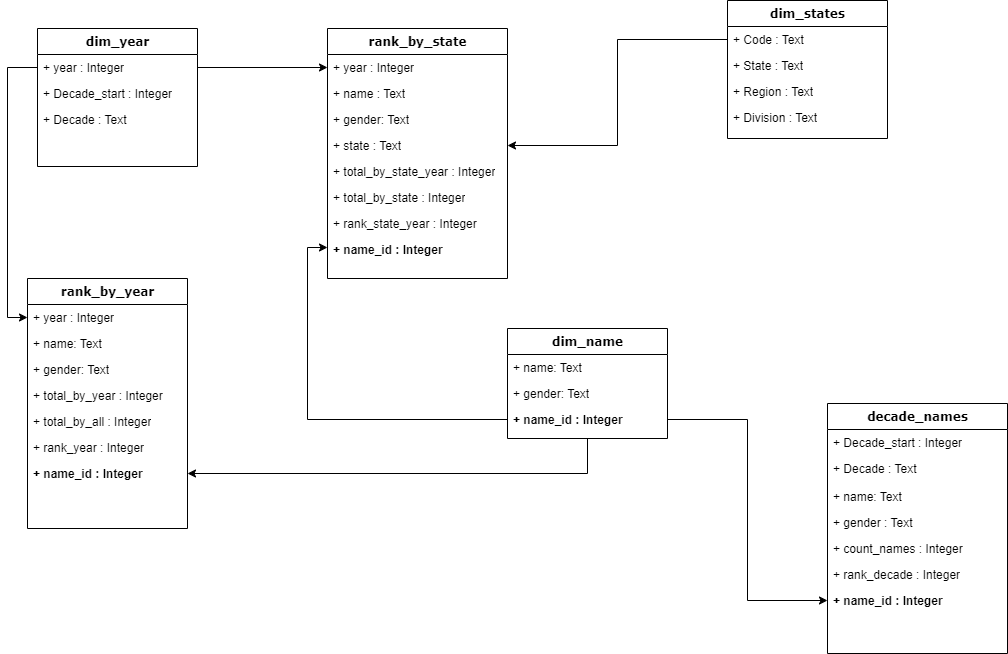
Above: Data_Model.png in aurelpow/US_baby_names (draw.io), before the change. Source tidied: cells renumbered, new cells last; positions are measured from the earlier drawing's top-left corner, leaving out a move shared by most shapes. Source of this version:
```xml
<mxGraphModel>
  <root>
    <mxCell id="0" />
    <mxCell id="1" parent="0" />
    <mxCell id="2" value="rank_by_year" style="swimlane;html=1;fontStyle=1;align=center;verticalAlign=top;horizontal=1;startSize=26;swimlaneFillColor=#ffffff;rounded=0;shadow=0;comic=0;labelBackgroundColor=none;strokeWidth=1;fillColor=none;fontFamily=Verdana;fontSize=12;" parent="1" vertex="1">
      <mxGeometry y="278" width="160" height="250" as="geometry" />
    </mxCell>
    <mxCell id="3" value="+ year : Integer" style="text;html=1;strokeColor=none;fillColor=none;align=left;verticalAlign=top;spacingLeft=4;spacingRight=4;whiteSpace=wrap;overflow=hidden;points=[[0,0.5],[1,0.5]];portConstraint=eastwest;" parent="2" vertex="1">
      <mxGeometry y="26" width="160" height="26" as="geometry" />
    </mxCell>
    <mxCell id="4" value="+ name: Text" style="text;html=1;strokeColor=none;fillColor=none;align=left;verticalAlign=top;spacingLeft=4;spacingRight=4;whiteSpace=wrap;overflow=hidden;" parent="2" vertex="1">
      <mxGeometry y="52" width="160" height="26" as="geometry" />
    </mxCell>
    <mxCell id="5" value="+ gender: Text" style="text;html=1;strokeColor=none;fillColor=none;align=left;verticalAlign=top;spacingLeft=4;spacingRight=4;whiteSpace=wrap;overflow=hidden;" parent="2" vertex="1">
      <mxGeometry y="78" width="160" height="26" as="geometry" />
    </mxCell>
    <mxCell id="6" value="+ total_by_year : Integer" style="text;html=1;strokeColor=none;fillColor=none;align=left;verticalAlign=top;spacingLeft=4;spacingRight=4;whiteSpace=wrap;overflow=hidden;" parent="2" vertex="1">
      <mxGeometry y="104" width="160" height="26" as="geometry" />
    </mxCell>
    <mxCell id="7" value="+ total_by_all : Integer" style="text;html=1;strokeColor=none;fillColor=none;align=left;verticalAlign=top;spacingLeft=4;spacingRight=4;whiteSpace=wrap;overflow=hidden;" parent="2" vertex="1">
      <mxGeometry y="130" width="160" height="26" as="geometry" />
    </mxCell>
    <mxCell id="8" value="+ rank_year : Integer" style="text;html=1;strokeColor=none;fillColor=none;align=left;verticalAlign=top;spacingLeft=4;spacingRight=4;whiteSpace=wrap;overflow=hidden;" parent="2" vertex="1">
      <mxGeometry y="156" width="160" height="26" as="geometry" />
    </mxCell>
    <mxCell id="9" value="&lt;b&gt;+ name_id : Integer&lt;/b&gt;" style="text;html=1;strokeColor=none;fillColor=none;align=left;verticalAlign=top;spacingLeft=4;spacingRight=4;whiteSpace=wrap;overflow=hidden;points=[[0,0.5],[1,0.5]];portConstraint=eastwest;" parent="2" vertex="1">
      <mxGeometry y="182" width="160" height="26" as="geometry" />
    </mxCell>
    <mxCell id="10" value="dim_states" style="swimlane;html=1;fontStyle=1;align=center;verticalAlign=top;horizontal=1;startSize=26;swimlaneFillColor=#ffffff;rounded=0;shadow=0;comic=0;labelBackgroundColor=none;strokeWidth=1;fillColor=none;fontFamily=Verdana;fontSize=12;" parent="1" vertex="1">
      <mxGeometry x="700" width="160" height="138" as="geometry" />
    </mxCell>
    <mxCell id="11" value="+ Code : Text" style="text;html=1;strokeColor=none;fillColor=none;align=left;verticalAlign=top;spacingLeft=4;spacingRight=4;whiteSpace=wrap;overflow=hidden;points=[[0,0.5],[1,0.5]];portConstraint=eastwest;" parent="10" vertex="1">
      <mxGeometry y="26" width="160" height="26" as="geometry" />
    </mxCell>
    <mxCell id="12" value="+ State : Text" style="text;html=1;strokeColor=none;fillColor=none;align=left;verticalAlign=top;spacingLeft=4;spacingRight=4;whiteSpace=wrap;overflow=hidden;" parent="10" vertex="1">
      <mxGeometry y="52" width="160" height="26" as="geometry" />
    </mxCell>
    <mxCell id="13" value="+ Region : Text" style="text;html=1;strokeColor=none;fillColor=none;align=left;verticalAlign=top;spacingLeft=4;spacingRight=4;whiteSpace=wrap;overflow=hidden;" parent="10" vertex="1">
      <mxGeometry y="78" width="160" height="26" as="geometry" />
    </mxCell>
    <mxCell id="14" value="+ Division : Text" style="text;html=1;strokeColor=none;fillColor=none;align=left;verticalAlign=top;spacingLeft=4;spacingRight=4;whiteSpace=wrap;overflow=hidden;" parent="10" vertex="1">
      <mxGeometry y="104" width="160" height="26" as="geometry" />
    </mxCell>
    <mxCell id="15" style="edgeStyle=orthogonalEdgeStyle;rounded=0;jettySize=auto;html=1;exitX=0.5;exitY=1;exitDx=0;exitDy=0;entryX=1;entryY=0.5;entryDx=0;entryDy=0;" parent="1" edge="1" source="16" target="9">
      <mxGeometry relative="1" as="geometry" />
    </mxCell>
    <mxCell id="16" value="dim_name" style="swimlane;html=1;fontStyle=1;align=center;verticalAlign=top;horizontal=1;startSize=26;swimlaneFillColor=#ffffff;rounded=0;shadow=0;comic=0;labelBackgroundColor=none;strokeWidth=1;fillColor=none;fontFamily=Verdana;fontSize=12;" parent="1" vertex="1">
      <mxGeometry x="480" y="328" width="160" height="110" as="geometry" />
    </mxCell>
    <mxCell id="17" value="+ name: Text" style="text;html=1;strokeColor=none;fillColor=none;align=left;verticalAlign=top;spacingLeft=4;spacingRight=4;whiteSpace=wrap;overflow=hidden;" parent="16" vertex="1">
      <mxGeometry y="26" width="160" height="26" as="geometry" />
    </mxCell>
    <mxCell id="18" value="+ gender: Text" style="text;html=1;strokeColor=none;fillColor=none;align=left;verticalAlign=top;spacingLeft=4;spacingRight=4;whiteSpace=wrap;overflow=hidden;" parent="16" vertex="1">
      <mxGeometry y="52" width="160" height="26" as="geometry" />
    </mxCell>
    <mxCell id="19" value="&lt;b style=&quot;border-color: var(--border-color);&quot;&gt;+ name_id : Integer&lt;/b&gt;" style="text;html=1;strokeColor=none;fillColor=none;align=left;verticalAlign=top;spacingLeft=4;spacingRight=4;whiteSpace=wrap;overflow=hidden;points=[[0,0.5],[1,0.5]];portConstraint=eastwest;" parent="16" vertex="1">
      <mxGeometry y="78" width="160" height="26" as="geometry" />
    </mxCell>
    <mxCell id="20" value="rank_by_state" style="swimlane;html=1;fontStyle=1;align=center;verticalAlign=top;horizontal=1;startSize=26;swimlaneFillColor=#ffffff;rounded=0;shadow=0;comic=0;labelBackgroundColor=none;strokeWidth=1;fillColor=none;fontFamily=Verdana;fontSize=12;" parent="1" vertex="1">
      <mxGeometry x="300" y="28" width="180" height="250" as="geometry" />
    </mxCell>
    <mxCell id="21" value="+ year : Integer" style="text;html=1;strokeColor=none;fillColor=none;align=left;verticalAlign=top;spacingLeft=4;spacingRight=4;whiteSpace=wrap;overflow=hidden;points=[[0,0.5],[1,0.5]];portConstraint=eastwest;" parent="20" vertex="1">
      <mxGeometry y="26" width="180" height="26" as="geometry" />
    </mxCell>
    <mxCell id="22" value="+ name : Text" style="text;html=1;strokeColor=none;fillColor=none;align=left;verticalAlign=top;spacingLeft=4;spacingRight=4;whiteSpace=wrap;overflow=hidden;" parent="20" vertex="1">
      <mxGeometry y="52" width="180" height="26" as="geometry" />
    </mxCell>
    <mxCell id="23" value="+ gender: Text" style="text;html=1;strokeColor=none;fillColor=none;align=left;verticalAlign=top;spacingLeft=4;spacingRight=4;whiteSpace=wrap;overflow=hidden;" parent="20" vertex="1">
      <mxGeometry y="78" width="180" height="26" as="geometry" />
    </mxCell>
    <mxCell id="24" value="+ state : Text" style="text;html=1;strokeColor=none;fillColor=none;align=left;verticalAlign=top;spacingLeft=4;spacingRight=4;whiteSpace=wrap;overflow=hidden;points=[[0,0.5],[1,0.5]];portConstraint=eastwest;" parent="20" vertex="1">
      <mxGeometry y="104" width="180" height="26" as="geometry" />
    </mxCell>
    <mxCell id="25" value="+ total_by_state_year : Integer" style="text;html=1;strokeColor=none;fillColor=none;align=left;verticalAlign=top;spacingLeft=4;spacingRight=4;whiteSpace=wrap;overflow=hidden;" parent="20" vertex="1">
      <mxGeometry y="130" width="180" height="26" as="geometry" />
    </mxCell>
    <mxCell id="26" value="+ total_by_state : Integer" style="text;html=1;strokeColor=none;fillColor=none;align=left;verticalAlign=top;spacingLeft=4;spacingRight=4;whiteSpace=wrap;overflow=hidden;" parent="20" vertex="1">
      <mxGeometry y="156" width="180" height="26" as="geometry" />
    </mxCell>
    <mxCell id="27" value="+ rank_state_year : Integer" style="text;html=1;strokeColor=none;fillColor=none;align=left;verticalAlign=top;spacingLeft=4;spacingRight=4;whiteSpace=wrap;overflow=hidden;" parent="20" vertex="1">
      <mxGeometry y="182" width="180" height="26" as="geometry" />
    </mxCell>
    <mxCell id="28" value="&lt;b&gt;+ name_id : Integer&lt;/b&gt;" style="text;html=1;strokeColor=none;fillColor=none;align=left;verticalAlign=top;spacingLeft=4;spacingRight=4;whiteSpace=wrap;overflow=hidden;points=[[0,0.5],[1,0.5]];portConstraint=eastwest;" parent="20" vertex="1">
      <mxGeometry y="208" width="180" height="22" as="geometry" />
    </mxCell>
    <mxCell id="29" value="decade_names" style="swimlane;html=1;fontStyle=1;align=center;verticalAlign=top;horizontal=1;startSize=26;swimlaneFillColor=#ffffff;rounded=0;shadow=0;comic=0;labelBackgroundColor=none;strokeWidth=1;fillColor=none;fontFamily=Verdana;fontSize=12;" parent="1" vertex="1">
      <mxGeometry x="800" y="403" width="180" height="250" as="geometry" />
    </mxCell>
    <mxCell id="30" value="+ Decade_start : Integer" style="text;html=1;strokeColor=none;fillColor=none;align=left;verticalAlign=top;spacingLeft=4;spacingRight=4;whiteSpace=wrap;overflow=hidden;" parent="29" vertex="1">
      <mxGeometry y="26" width="180" height="26" as="geometry" />
    </mxCell>
    <mxCell id="31" value="+ Decade : Text" style="text;html=1;strokeColor=none;fillColor=none;align=left;verticalAlign=top;spacingLeft=4;spacingRight=4;whiteSpace=wrap;overflow=hidden;" parent="29" vertex="1">
      <mxGeometry y="52" width="180" height="28" as="geometry" />
    </mxCell>
    <mxCell id="32" value="+ name: Text" style="text;html=1;strokeColor=none;fillColor=none;align=left;verticalAlign=top;spacingLeft=4;spacingRight=4;whiteSpace=wrap;overflow=hidden;" parent="29" vertex="1">
      <mxGeometry y="80" width="180" height="26" as="geometry" />
    </mxCell>
    <mxCell id="33" value="+ gender : Text" style="text;html=1;strokeColor=none;fillColor=none;align=left;verticalAlign=top;spacingLeft=4;spacingRight=4;whiteSpace=wrap;overflow=hidden;" parent="29" vertex="1">
      <mxGeometry y="106" width="180" height="26" as="geometry" />
    </mxCell>
    <mxCell id="34" value="+ count_names : Integer" style="text;html=1;strokeColor=none;fillColor=none;align=left;verticalAlign=top;spacingLeft=4;spacingRight=4;whiteSpace=wrap;overflow=hidden;" parent="29" vertex="1">
      <mxGeometry y="132" width="180" height="26" as="geometry" />
    </mxCell>
    <mxCell id="35" value="+ rank_decade : Integer" style="text;html=1;strokeColor=none;fillColor=none;align=left;verticalAlign=top;spacingLeft=4;spacingRight=4;whiteSpace=wrap;overflow=hidden;" parent="29" vertex="1">
      <mxGeometry y="158" width="180" height="26" as="geometry" />
    </mxCell>
    <mxCell id="36" value="&lt;b&gt;+ name_id : Integer&lt;/b&gt;" style="text;html=1;strokeColor=none;fillColor=none;align=left;verticalAlign=top;spacingLeft=4;spacingRight=4;whiteSpace=wrap;overflow=hidden;points=[[0,0.5],[1,0.5]];portConstraint=eastwest;" parent="29" vertex="1">
      <mxGeometry y="184" width="180" height="26" as="geometry" />
    </mxCell>
    <mxCell id="37" value="dim_year" style="swimlane;html=1;fontStyle=1;align=center;verticalAlign=top;horizontal=1;startSize=26;swimlaneFillColor=#ffffff;rounded=0;shadow=0;comic=0;labelBackgroundColor=none;strokeWidth=1;fillColor=none;fontFamily=Verdana;fontSize=12;" parent="1" vertex="1">
      <mxGeometry x="10" y="28" width="160" height="138" as="geometry" />
    </mxCell>
    <mxCell id="38" value="+ year : Integer" style="text;html=1;strokeColor=none;fillColor=none;align=left;verticalAlign=top;spacingLeft=4;spacingRight=4;whiteSpace=wrap;overflow=hidden;points=[[0,0.5],[1,0.5]];portConstraint=eastwest;" parent="37" vertex="1">
      <mxGeometry y="26" width="160" height="26" as="geometry" />
    </mxCell>
    <mxCell id="39" value="+ Decade_start : Integer" style="text;html=1;strokeColor=none;fillColor=none;align=left;verticalAlign=top;spacingLeft=4;spacingRight=4;whiteSpace=wrap;overflow=hidden;" parent="37" vertex="1">
      <mxGeometry y="52" width="160" height="26" as="geometry" />
    </mxCell>
    <mxCell id="40" value="+ Decade : Text" style="text;html=1;strokeColor=none;fillColor=none;align=left;verticalAlign=top;spacingLeft=4;spacingRight=4;whiteSpace=wrap;overflow=hidden;" parent="37" vertex="1">
      <mxGeometry y="78" width="160" height="26" as="geometry" />
    </mxCell>
    <mxCell id="41" style="edgeStyle=orthogonalEdgeStyle;rounded=0;jettySize=auto;html=1;exitX=0;exitY=0.5;exitDx=0;exitDy=0;entryX=0;entryY=0.5;entryDx=0;entryDy=0;" parent="1" edge="1" source="38" target="3">
      <mxGeometry relative="1" as="geometry" />
    </mxCell>
    <mxCell id="42" style="edgeStyle=orthogonalEdgeStyle;rounded=0;jettySize=auto;html=1;exitX=1;exitY=0.5;exitDx=0;exitDy=0;entryX=0;entryY=0.5;entryDx=0;entryDy=0;" parent="1" edge="1" source="38" target="21">
      <mxGeometry relative="1" as="geometry" />
    </mxCell>
    <mxCell id="43" style="edgeStyle=orthogonalEdgeStyle;rounded=0;jettySize=auto;html=1;exitX=0;exitY=0.5;exitDx=0;exitDy=0;entryX=0;entryY=0.5;entryDx=0;entryDy=0;" parent="1" edge="1" source="19" target="28">
      <mxGeometry relative="1" as="geometry" />
    </mxCell>
    <mxCell id="44" style="edgeStyle=orthogonalEdgeStyle;rounded=0;jettySize=auto;html=1;exitX=1;exitY=0.5;exitDx=0;exitDy=0;entryX=0;entryY=0.5;entryDx=0;entryDy=0;" parent="1" edge="1" source="19" target="36">
      <mxGeometry relative="1" as="geometry" />
    </mxCell>
    <mxCell id="45" style="edgeStyle=orthogonalEdgeStyle;rounded=0;jettySize=auto;html=1;" parent="1" edge="1" source="11" target="24">
      <mxGeometry relative="1" as="geometry" />
    </mxCell>
  </root>
</mxGraphModel>
```
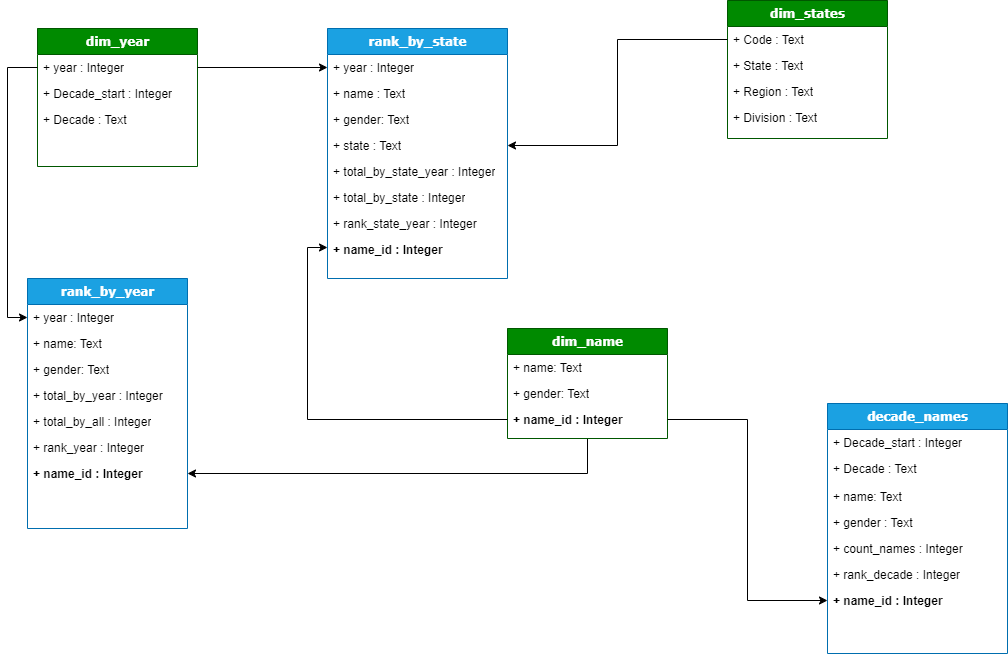
The same file after the commit.

Diff of the diagram source:
```diff
@@ -2,7 +2,7 @@
   <root>
     <mxCell id="0" />
     <mxCell id="1" parent="0" />
-    <mxCell id="2" value="rank_by_year" style="swimlane;html=1;fontStyle=1;align=center;verticalAlign=top;horizontal=1;startSize=26;swimlaneFillColor=#ffffff;rounded=0;shadow=0;comic=0;labelBackgroundColor=none;strokeWidth=1;fillColor=none;fontFamily=Verdana;fontSize=12;" parent="1" vertex="1">
+    <mxCell id="2" value="rank_by_year" style="swimlane;html=1;fontStyle=1;align=center;verticalAlign=top;horizontal=1;startSize=26;swimlaneFillColor=#ffffff;rounded=0;shadow=0;comic=0;labelBackgroundColor=none;strokeWidth=1;fillColor=#1ba1e2;fontFamily=Verdana;fontSize=12;fontColor=#ffffff;strokeColor=#006EAF;" parent="1" vertex="1">
       <mxGeometry y="278" width="160" height="250" as="geometry" />
     </mxCell>
     <mxCell id="3" value="+ year : Integer" style="text;html=1;strokeColor=none;fillColor=none;align=left;verticalAlign=top;spacingLeft=4;spacingRight=4;whiteSpace=wrap;overflow=hidden;points=[[0,0.5],[1,0.5]];portConstraint=eastwest;" parent="2" vertex="1">
@@ -26,7 +26,7 @@
     <mxCell id="9" value="&lt;b&gt;+ name_id : Integer&lt;/b&gt;" style="text;html=1;strokeColor=none;fillColor=none;align=left;verticalAlign=top;spacingLeft=4;spacingRight=4;whiteSpace=wrap;overflow=hidden;points=[[0,0.5],[1,0.5]];portConstraint=eastwest;" parent="2" vertex="1">
       <mxGeometry y="182" width="160" height="26" as="geometry" />
     </mxCell>
-    <mxCell id="10" value="dim_states" style="swimlane;html=1;fontStyle=1;align=center;verticalAlign=top;horizontal=1;startSize=26;swimlaneFillColor=#ffffff;rounded=0;shadow=0;comic=0;labelBackgroundColor=none;strokeWidth=1;fillColor=none;fontFamily=Verdana;fontSize=12;" parent="1" vertex="1">
+    <mxCell id="10" value="dim_states" style="swimlane;html=1;fontStyle=1;align=center;verticalAlign=top;horizontal=1;startSize=26;swimlaneFillColor=#ffffff;rounded=0;shadow=0;comic=0;labelBackgroundColor=none;strokeWidth=1;fillColor=#008a00;fontFamily=Verdana;fontSize=12;fontColor=#ffffff;strokeColor=#005700;" parent="1" vertex="1">
       <mxGeometry x="700" width="160" height="138" as="geometry" />
     </mxCell>
     <mxCell id="11" value="+ Code : Text" style="text;html=1;strokeColor=none;fillColor=none;align=left;verticalAlign=top;spacingLeft=4;spacingRight=4;whiteSpace=wrap;overflow=hidden;points=[[0,0.5],[1,0.5]];portConstraint=eastwest;" parent="10" vertex="1">
@@ -44,7 +44,7 @@
     <mxCell id="15" style="edgeStyle=orthogonalEdgeStyle;rounded=0;jettySize=auto;html=1;exitX=0.5;exitY=1;exitDx=0;exitDy=0;entryX=1;entryY=0.5;entryDx=0;entryDy=0;" parent="1" edge="1" source="16" target="9">
       <mxGeometry relative="1" as="geometry" />
     </mxCell>
-    <mxCell id="16" value="dim_name" style="swimlane;html=1;fontStyle=1;align=center;verticalAlign=top;horizontal=1;startSize=26;swimlaneFillColor=#ffffff;rounded=0;shadow=0;comic=0;labelBackgroundColor=none;strokeWidth=1;fillColor=none;fontFamily=Verdana;fontSize=12;" parent="1" vertex="1">
+    <mxCell id="16" value="dim_name" style="swimlane;html=1;fontStyle=1;align=center;verticalAlign=top;horizontal=1;startSize=26;swimlaneFillColor=#ffffff;rounded=0;shadow=0;comic=0;labelBackgroundColor=none;strokeWidth=1;fillColor=#008a00;fontFamily=Verdana;fontSize=12;fontColor=#ffffff;strokeColor=#005700;" parent="1" vertex="1">
       <mxGeometry x="480" y="328" width="160" height="110" as="geometry" />
     </mxCell>
     <mxCell id="17" value="+ name: Text" style="text;html=1;strokeColor=none;fillColor=none;align=left;verticalAlign=top;spacingLeft=4;spacingRight=4;whiteSpace=wrap;overflow=hidden;" parent="16" vertex="1">
@@ -56,7 +56,7 @@
     <mxCell id="19" value="&lt;b style=&quot;border-color: var(--border-color);&quot;&gt;+ name_id : Integer&lt;/b&gt;" style="text;html=1;strokeColor=none;fillColor=none;align=left;verticalAlign=top;spacingLeft=4;spacingRight=4;whiteSpace=wrap;overflow=hidden;points=[[0,0.5],[1,0.5]];portConstraint=eastwest;" parent="16" vertex="1">
       <mxGeometry y="78" width="160" height="26" as="geometry" />
     </mxCell>
-    <mxCell id="20" value="rank_by_state" style="swimlane;html=1;fontStyle=1;align=center;verticalAlign=top;horizontal=1;startSize=26;swimlaneFillColor=#ffffff;rounded=0;shadow=0;comic=0;labelBackgroundColor=none;strokeWidth=1;fillColor=none;fontFamily=Verdana;fontSize=12;" parent="1" vertex="1">
+    <mxCell id="20" value="rank_by_state" style="swimlane;html=1;fontStyle=1;align=center;verticalAlign=top;horizontal=1;startSize=26;swimlaneFillColor=#ffffff;rounded=0;shadow=0;comic=0;labelBackgroundColor=none;strokeWidth=1;fontFamily=Verdana;fontSize=12;fillColor=#1ba1e2;strokeColor=#006EAF;fontColor=#ffffff;" parent="1" vertex="1">
       <mxGeometry x="300" y="28" width="180" height="250" as="geometry" />
     </mxCell>
     <mxCell id="21" value="+ year : Integer" style="text;html=1;strokeColor=none;fillColor=none;align=left;verticalAlign=top;spacingLeft=4;spacingRight=4;whiteSpace=wrap;overflow=hidden;points=[[0,0.5],[1,0.5]];portConstraint=eastwest;" parent="20" vertex="1">
@@ -83,7 +83,7 @@
     <mxCell id="28" value="&lt;b&gt;+ name_id : Integer&lt;/b&gt;" style="text;html=1;strokeColor=none;fillColor=none;align=left;verticalAlign=top;spacingLeft=4;spacingRight=4;whiteSpace=wrap;overflow=hidden;points=[[0,0.5],[1,0.5]];portConstraint=eastwest;" parent="20" vertex="1">
       <mxGeometry y="208" width="180" height="22" as="geometry" />
     </mxCell>
-    <mxCell id="29" value="decade_names" style="swimlane;html=1;fontStyle=1;align=center;verticalAlign=top;horizontal=1;startSize=26;swimlaneFillColor=#ffffff;rounded=0;shadow=0;comic=0;labelBackgroundColor=none;strokeWidth=1;fillColor=none;fontFamily=Verdana;fontSize=12;" parent="1" vertex="1">
+    <mxCell id="29" value="decade_names" style="swimlane;html=1;fontStyle=1;align=center;verticalAlign=top;horizontal=1;startSize=26;swimlaneFillColor=#ffffff;rounded=0;shadow=0;comic=0;labelBackgroundColor=none;strokeWidth=1;fillColor=#1ba1e2;fontFamily=Verdana;fontSize=12;fontColor=#ffffff;strokeColor=#006EAF;" parent="1" vertex="1">
       <mxGeometry x="800" y="403" width="180" height="250" as="geometry" />
     </mxCell>
     <mxCell id="30" value="+ Decade_start : Integer" style="text;html=1;strokeColor=none;fillColor=none;align=left;verticalAlign=top;spacingLeft=4;spacingRight=4;whiteSpace=wrap;overflow=hidden;" parent="29" vertex="1">
@@ -107,7 +107,7 @@
     <mxCell id="36" value="&lt;b&gt;+ name_id : Integer&lt;/b&gt;" style="text;html=1;strokeColor=none;fillColor=none;align=left;verticalAlign=top;spacingLeft=4;spacingRight=4;whiteSpace=wrap;overflow=hidden;points=[[0,0.5],[1,0.5]];portConstraint=eastwest;" parent="29" vertex="1">
       <mxGeometry y="184" width="180" height="26" as="geometry" />
     </mxCell>
-    <mxCell id="37" value="dim_year" style="swimlane;html=1;fontStyle=1;align=center;verticalAlign=top;horizontal=1;startSize=26;swimlaneFillColor=#ffffff;rounded=0;shadow=0;comic=0;labelBackgroundColor=none;strokeWidth=1;fillColor=none;fontFamily=Verdana;fontSize=12;" parent="1" vertex="1">
+    <mxCell id="37" value="dim_year" style="swimlane;html=1;fontStyle=1;align=center;verticalAlign=top;horizontal=1;startSize=26;swimlaneFillColor=#ffffff;rounded=0;shadow=0;comic=0;labelBackgroundColor=none;strokeWidth=1;fillColor=#008a00;fontFamily=Verdana;fontSize=12;fontColor=#ffffff;strokeColor=#005700;" parent="1" vertex="1">
       <mxGeometry x="10" y="28" width="160" height="138" as="geometry" />
     </mxCell>
     <mxCell id="38" value="+ year : Integer" style="text;html=1;strokeColor=none;fillColor=none;align=left;verticalAlign=top;spacingLeft=4;spacingRight=4;whiteSpace=wrap;overflow=hidden;points=[[0,0.5],[1,0.5]];portConstraint=eastwest;" parent="37" vertex="1">
```
